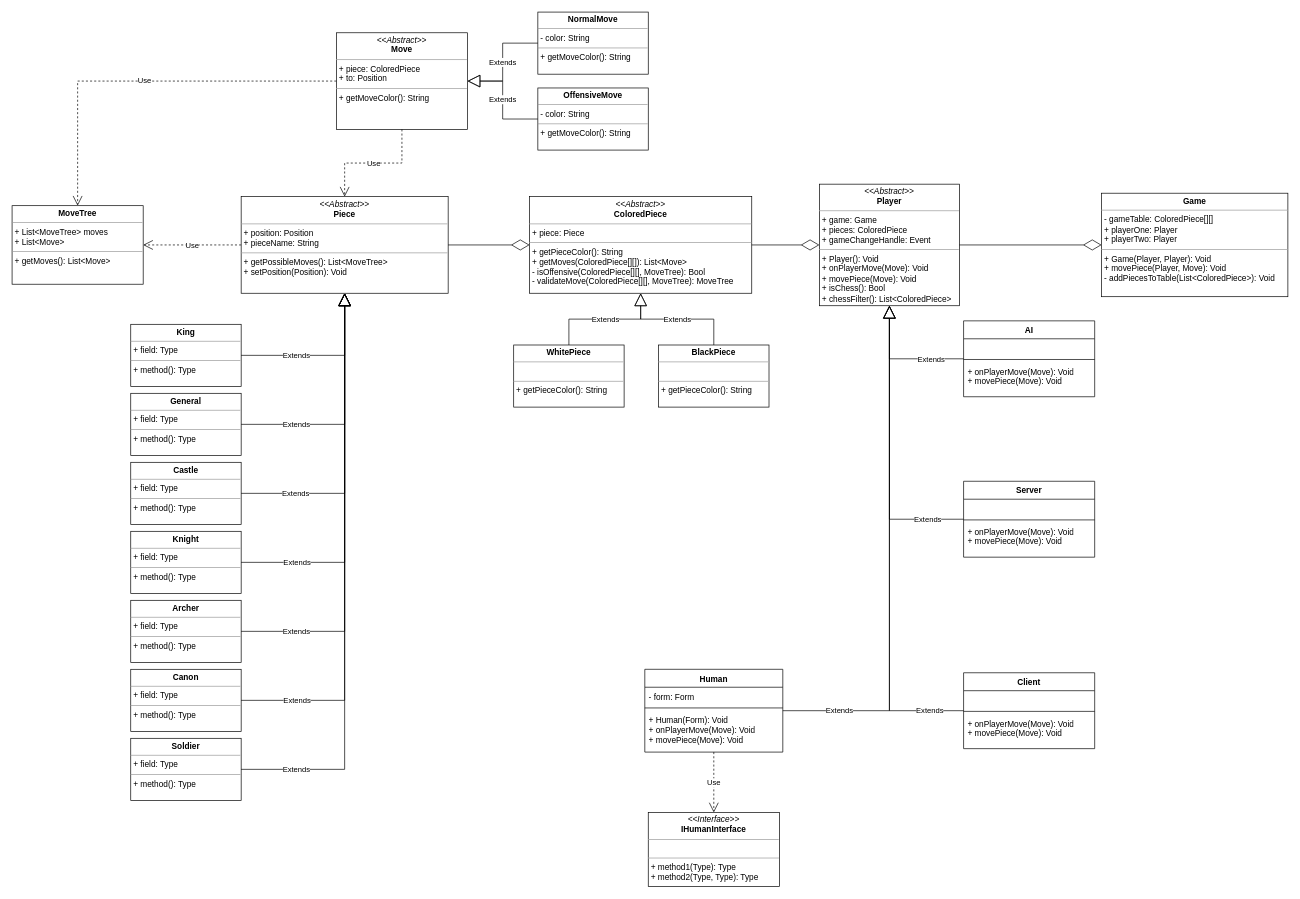
Earlier version of the draw.io diagram Diagram.drawio (CRBogdan/Two-Kingdoms-Chess). Source tidied: cells renumbered, new cells numbered last; positions are measured from the earlier drawing's top-left corner, leaving out a move shared by most shapes. Both pictures are drawn from the tidied source at 69%, with x=0, y=0 at pixel (12, 12).
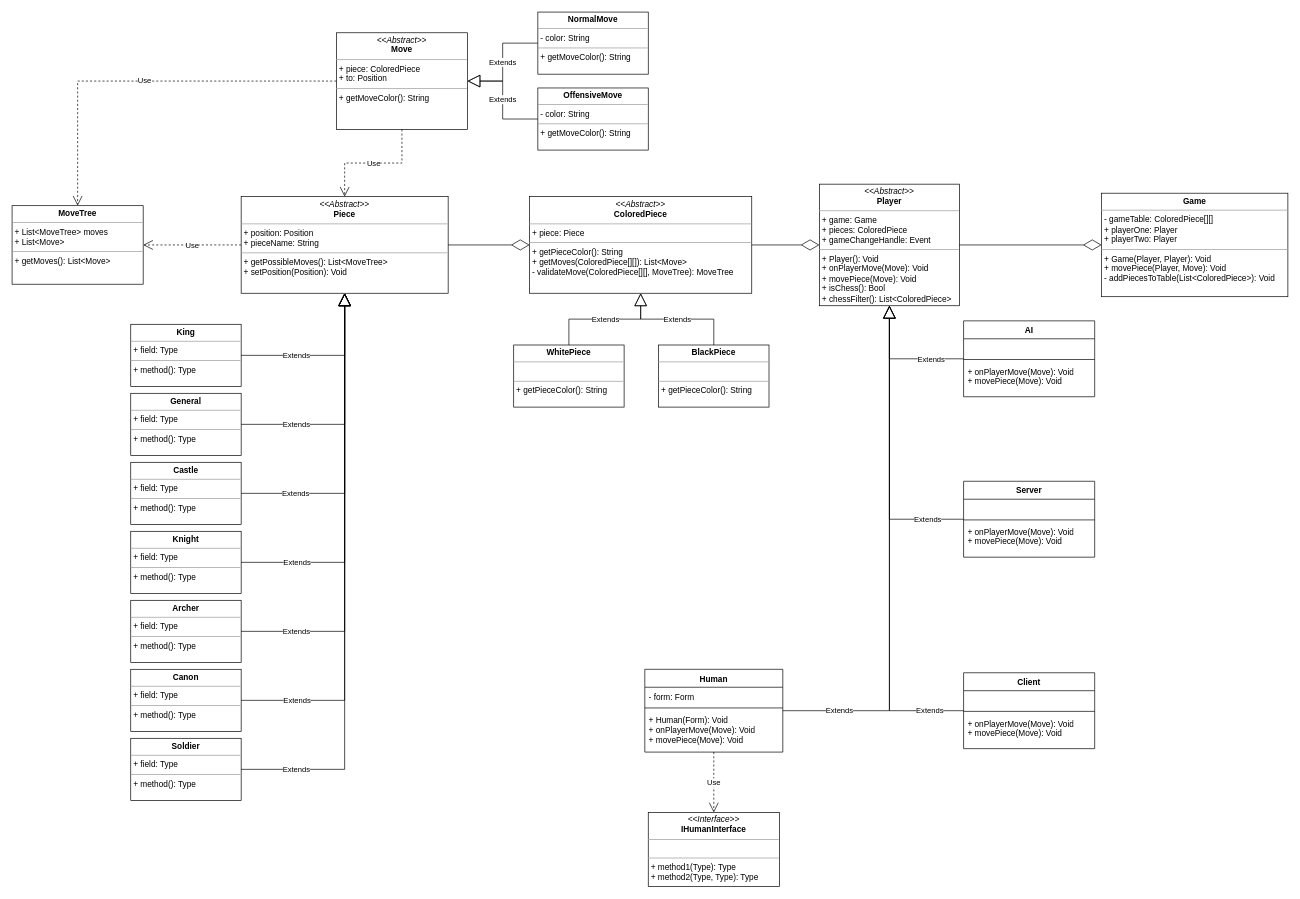
The same diagram, later.

Change to the diagram source:
```diff
@@
-    <mxCell id="15" value="&lt;p style=&quot;margin:0px;margin-top:4px;text-align:center;&quot;&gt;&lt;i&gt;&amp;lt;&amp;lt;Abstract&amp;gt;&amp;gt;&lt;/i&gt;&lt;br&gt;&lt;b&gt;ColoredPiece&lt;/b&gt;&lt;/p&gt;&lt;hr size=&quot;1&quot;&gt;&lt;p style=&quot;margin:0px;margin-left:4px;&quot;&gt;+ piece: Piece&lt;br&gt;&lt;/p&gt;&lt;hr size=&quot;1&quot;&gt;&lt;p style=&quot;margin:0px;margin-left:4px;&quot;&gt;+ getPieceColor(): String&lt;br&gt;+ getMoves(ColoredPiece[][]): List&amp;lt;Move&amp;gt;&lt;/p&gt;&lt;p style=&quot;margin:0px;margin-left:4px;&quot;&gt;- isOffensive(ColoredPiece[][],&amp;nbsp;MoveTree): Bool&lt;/p&gt;&lt;p style=&quot;margin:0px;margin-left:4px;&quot;&gt;- validateMove(ColoredPiece[][],&amp;nbsp;MoveTree&lt;span style=&quot;background-color: initial;&quot;&gt;): MoveTree&lt;/span&gt;&lt;/p&gt;" style="verticalAlign=top;align=left;overflow=fill;fontSize=12;fontFamily=Helvetica;html=1;whiteSpace=wrap;" parent="1" vertex="1">
+    <mxCell id="15" value="&lt;p style=&quot;margin:0px;margin-top:4px;text-align:center;&quot;&gt;&lt;i&gt;&amp;lt;&amp;lt;Abstract&amp;gt;&amp;gt;&lt;/i&gt;&lt;br&gt;&lt;b&gt;ColoredPiece&lt;/b&gt;&lt;/p&gt;&lt;hr size=&quot;1&quot;&gt;&lt;p style=&quot;margin:0px;margin-left:4px;&quot;&gt;+ piece: Piece&lt;br&gt;&lt;/p&gt;&lt;hr size=&quot;1&quot;&gt;&lt;p style=&quot;margin:0px;margin-left:4px;&quot;&gt;+ getPieceColor(): String&lt;br&gt;+ getMoves(ColoredPiece[][]): List&amp;lt;Move&amp;gt;&lt;/p&gt;&lt;p style=&quot;margin:0px;margin-left:4px;&quot;&gt;- validateMove(ColoredPiece[][],&amp;nbsp;MoveTree&lt;span style=&quot;background-color: initial;&quot;&gt;): MoveTree&lt;/span&gt;&lt;/p&gt;" style="verticalAlign=top;align=left;overflow=fill;fontSize=12;fontFamily=Helvetica;html=1;whiteSpace=wrap;" parent="1" vertex="1">
       <mxGeometry x="750" y="267.5" width="322" height="140" as="geometry" />
     </mxCell>
```
